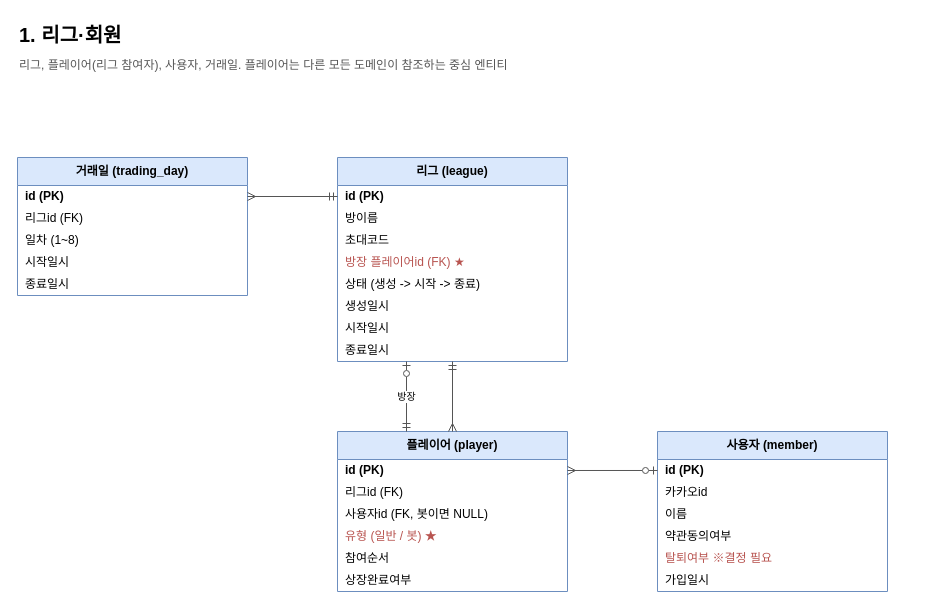
The draw.io diagram page "1. 리그·회원" (2 of 9) of docs/erd/naspi.drawio in JECT-Study/naspi-5th-Server, before the edit. Source tidied: cells renumbered, new cells numbered last; positions are measured from the earlier drawing's top-left corner, leaving out a move shared by most shapes. Both pictures are drawn from the tidied source at 100%, with x=0, y=0 at pixel (17, 17).
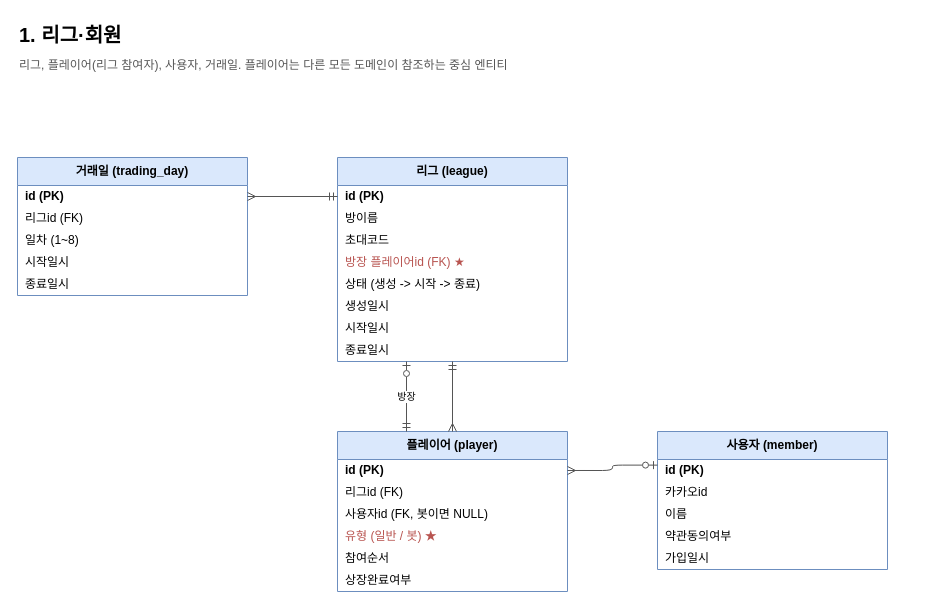
The same diagram, later.

The edit, as a diff of the source:
```diff
@@
     <mxCell id="24" value="사용자 (member)" style="swimlane;fontStyle=1;horizontal=1;startSize=28;html=1;whiteSpace=wrap;fillColor=#dae8fc;strokeColor=#6c8ebf;" parent="1" vertex="1">
-      <mxGeometry x="640" y="414" width="230" height="160" as="geometry" />
+      <mxGeometry x="640" y="414" width="230" height="138" as="geometry" />
     </mxCell>
@@
-    <mxCell id="29" value="탈퇴여부 ※결정 필요" style="text;strokeColor=none;fillColor=none;align=left;verticalAlign=middle;spacingLeft=6;overflow=hidden;html=1;fontColor=#B85450;" parent="24" vertex="1">
-      <mxGeometry y="116" width="230" height="22" as="geometry" />
-    </mxCell>
     <mxCell id="30" value="가입일시" style="text;strokeColor=none;fillColor=none;align=left;verticalAlign=middle;spacingLeft=6;overflow=hidden;html=1;" parent="24" vertex="1">
-      <mxGeometry y="138" width="230" height="22" as="geometry" />
+      <mxGeometry y="116" width="230" height="22" as="geometry" />
     </mxCell>
```
